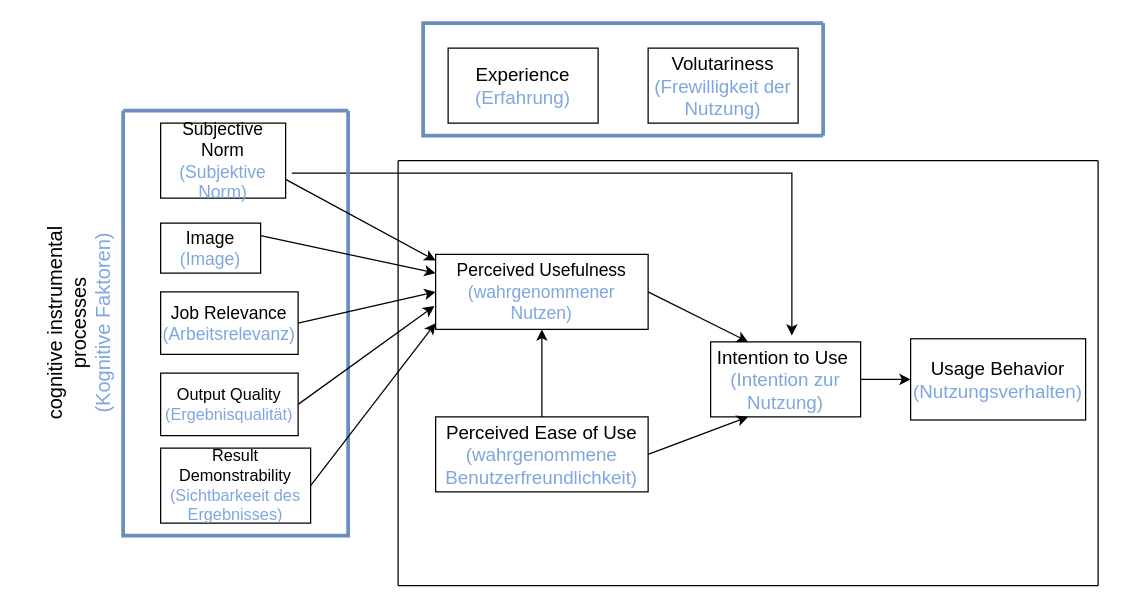
Before: TAM2.drawio in Brouny09/Web_Programming, a draw.io diagram. Source tidied: cells renumbered, new cells numbered last; positions are measured from the earlier drawing's top-left corner, leaving out a move shared by most shapes. Both pictures are drawn from the tidied source at 125%, with x=0, y=0 at pixel (-52, -121).
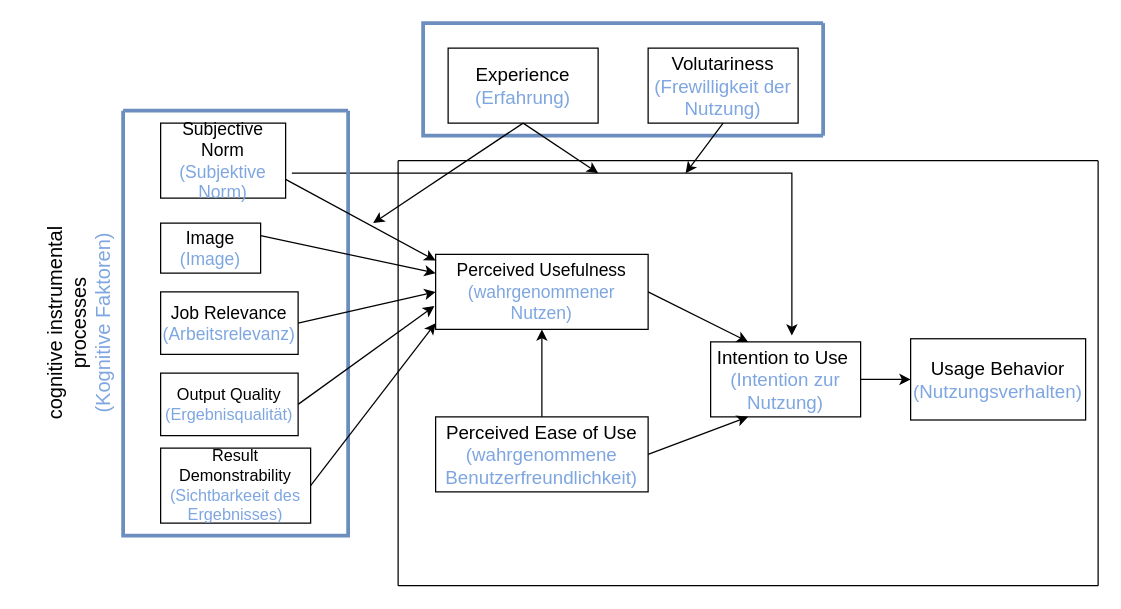
After the change.

The change refers to these unchanged cells:
```xml
<mxCell id="15" value="&lt;div&gt;&lt;font style=&quot;font-size: 15px;&quot;&gt;Experience&lt;/font&gt;&lt;/div&gt;&lt;div&gt;&lt;span style=&quot;color: rgb(126, 166, 224);&quot;&gt;&lt;font style=&quot;font-size: 15px;&quot;&gt;(Erfahrung)&lt;/font&gt;&lt;/span&gt;&lt;br&gt;&lt;/div&gt;" style="rounded=0;whiteSpace=wrap;html=1;" parent="1" vertex="1">
  <mxGeometry x="400" y="135" width="120" height="60" as="geometry" />
</mxCell>
<mxCell id="16" value="&lt;div&gt;&lt;font style=&quot;font-size: 15px;&quot;&gt;Volutariness&lt;br&gt;&lt;/font&gt;&lt;/div&gt;&lt;div&gt;&lt;span style=&quot;color: rgb(126, 166, 224);&quot;&gt;&lt;font style=&quot;font-size: 15px;&quot;&gt;(Frewilligkeit der Nutzung)&lt;/font&gt;&lt;/span&gt;&lt;br&gt;&lt;/div&gt;" style="rounded=0;whiteSpace=wrap;html=1;" parent="1" vertex="1">
  <mxGeometry x="560" y="135" width="120" height="60" as="geometry" />
</mxCell>
<mxCell id="23" style="swimlane;startSize=0;fillColor=#dae8fc;strokeColor=#6C8EBF;rotation=90;strokeWidth=3;" parent="1" vertex="1">
  <mxGeometry x="495" width="90" height="320" as="geometry" />
</mxCell>
```

Change to the diagram source:
```diff
@@
+    <mxCell id="30" style="endArrow=classic;html=1;rounded=0;" parent="23" edge="1">
+      <mxGeometry relative="1" as="geometry">
+        <mxPoint x="-35" y="195" as="sourcePoint" />
+        <mxPoint x="25" y="235" as="targetPoint" />
+      </mxGeometry>
+    </mxCell>
+    <mxCell id="31" style="endArrow=classic;html=1;rounded=0;exitX=0.5;exitY=1;exitDx=0;exitDy=0;" parent="23" edge="1" source="16">
+      <mxGeometry relative="1" as="geometry">
+        <mxPoint x="95" y="235" as="targetPoint" />
+      </mxGeometry>
+    </mxCell>
@@
+    <mxCell id="32" style="endArrow=classic;html=1;rounded=0;exitX=0.5;exitY=1;exitDx=0;exitDy=0;" parent="1" edge="1" source="15">
+      <mxGeometry relative="1" as="geometry">
+        <mxPoint x="340" y="275" as="targetPoint" />
+      </mxGeometry>
+    </mxCell>
```
